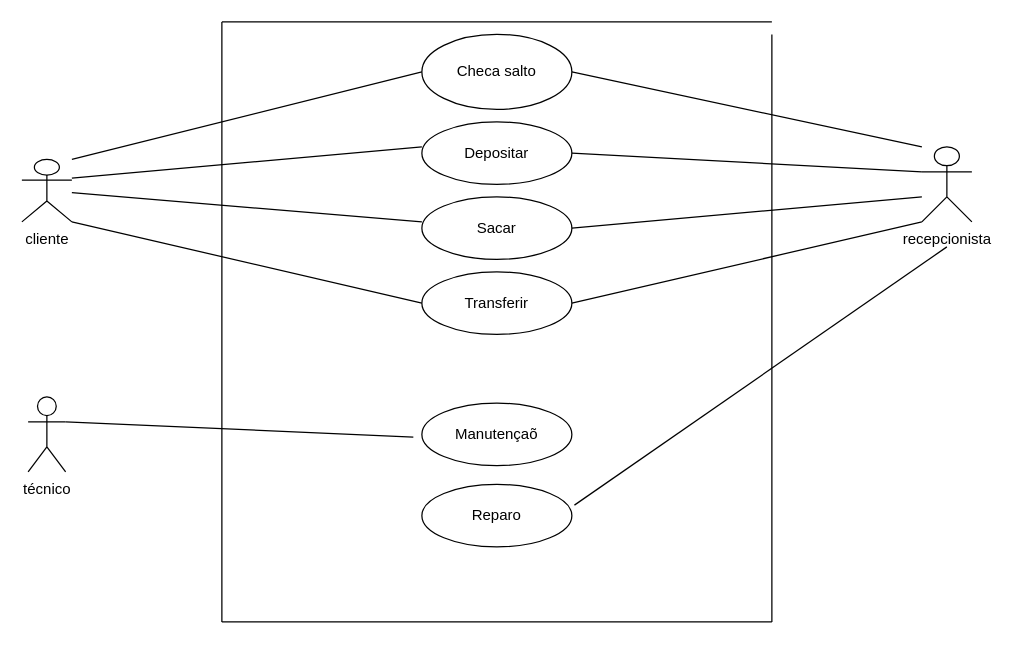
The draw.io diagram page "Página-2" (2 of 7) of Diagrama sem nome.drawio in helio0278/diagramasderequisitos, before the edit. Source tidied: cells renumbered, new cells numbered last; positions are measured from the earlier drawing's top-left corner, leaving out a move shared by most shapes. Both pictures are drawn from the tidied source at 125%, with x=0, y=0 at pixel (21, 21).
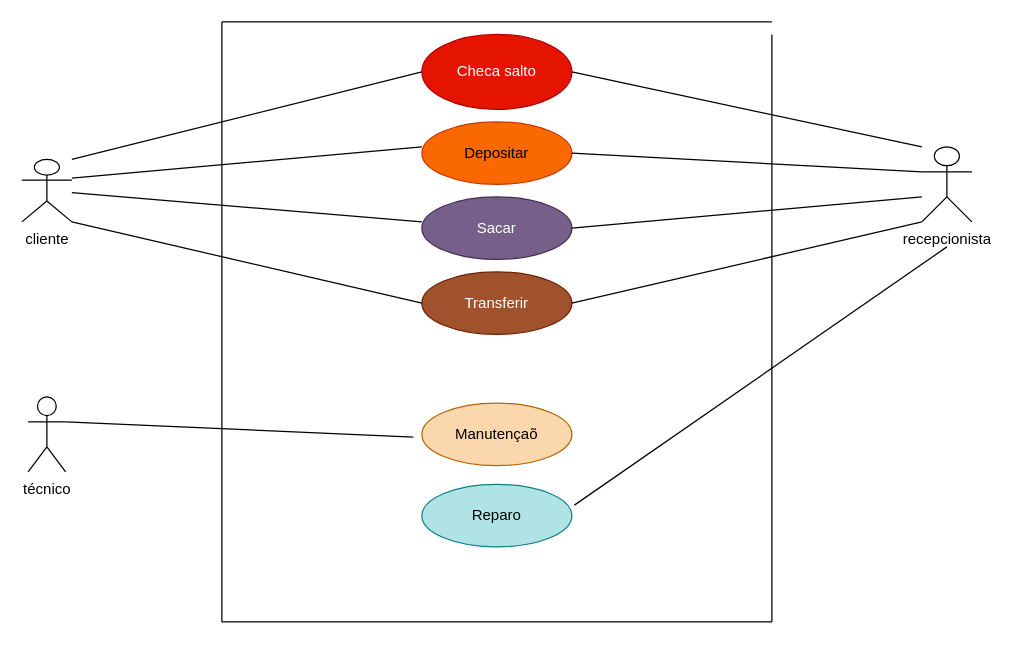
The same diagram, later.

What changed in the source:
```diff
@@
-    <mxCell id="7" value="Checa salto" style="ellipse;whiteSpace=wrap;html=1;" parent="1" vertex="1">
+    <mxCell id="7" value="Checa salto" style="ellipse;whiteSpace=wrap;html=1;fillColor=#e51400;fontColor=#ffffff;strokeColor=#B20000;" parent="1" vertex="1">
       <mxGeometry x="320" y="10" width="120" height="60" as="geometry" />
     </mxCell>
-    <mxCell id="8" value="Depositar" style="ellipse;whiteSpace=wrap;html=1;" parent="1" vertex="1">
+    <mxCell id="8" value="Depositar" style="ellipse;whiteSpace=wrap;html=1;fillColor=#fa6800;fontColor=#000000;strokeColor=#C73500;" parent="1" vertex="1">
       <mxGeometry x="320" y="80" width="120" height="50" as="geometry" />
     </mxCell>
-    <mxCell id="9" value="Sacar" style="ellipse;whiteSpace=wrap;html=1;" parent="1" vertex="1">
+    <mxCell id="9" value="Sacar" style="ellipse;whiteSpace=wrap;html=1;fillColor=#76608a;fontColor=#ffffff;strokeColor=#432D57;" parent="1" vertex="1">
       <mxGeometry x="320" y="140" width="120" height="50" as="geometry" />
     </mxCell>
-    <mxCell id="10" value="Manutençaõ" style="ellipse;whiteSpace=wrap;html=1;" parent="1" vertex="1">
+    <mxCell id="10" value="Manutençaõ" style="ellipse;whiteSpace=wrap;html=1;fillColor=#fad7ac;strokeColor=#b46504;" parent="1" vertex="1">
       <mxGeometry x="320" y="305" width="120" height="50" as="geometry" />
     </mxCell>
-    <mxCell id="11" value="Reparo" style="ellipse;whiteSpace=wrap;html=1;" parent="1" vertex="1">
+    <mxCell id="11" value="Reparo" style="ellipse;whiteSpace=wrap;html=1;fillColor=#b0e3e6;strokeColor=#0e8088;" parent="1" vertex="1">
       <mxGeometry x="320" y="370" width="120" height="50" as="geometry" />
     </mxCell>
@@
-    <mxCell id="14" value="Transferir" style="ellipse;whiteSpace=wrap;html=1;" parent="1" vertex="1">
+    <mxCell id="14" value="Transferir" style="ellipse;whiteSpace=wrap;html=1;fillColor=#a0522d;fontColor=#ffffff;strokeColor=#6D1F00;" parent="1" vertex="1">
       <mxGeometry x="320" y="200" width="120" height="50" as="geometry" />
     </mxCell>
```
